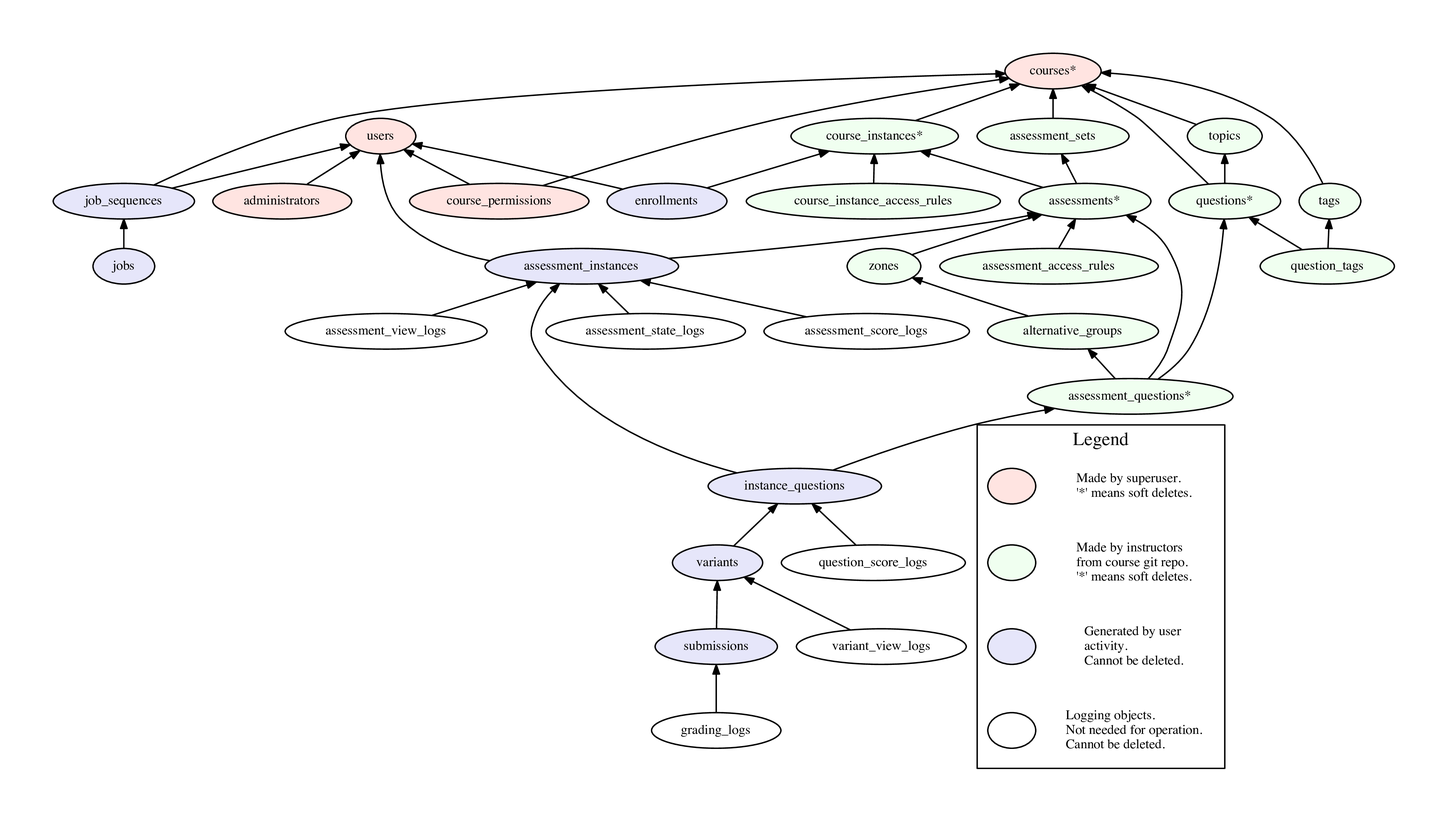
Before: doc/models.png, a diagram exported from Graphviz (PrairieLearn/PrairieLearn). Its source is kept beside it as doc/models.gv.
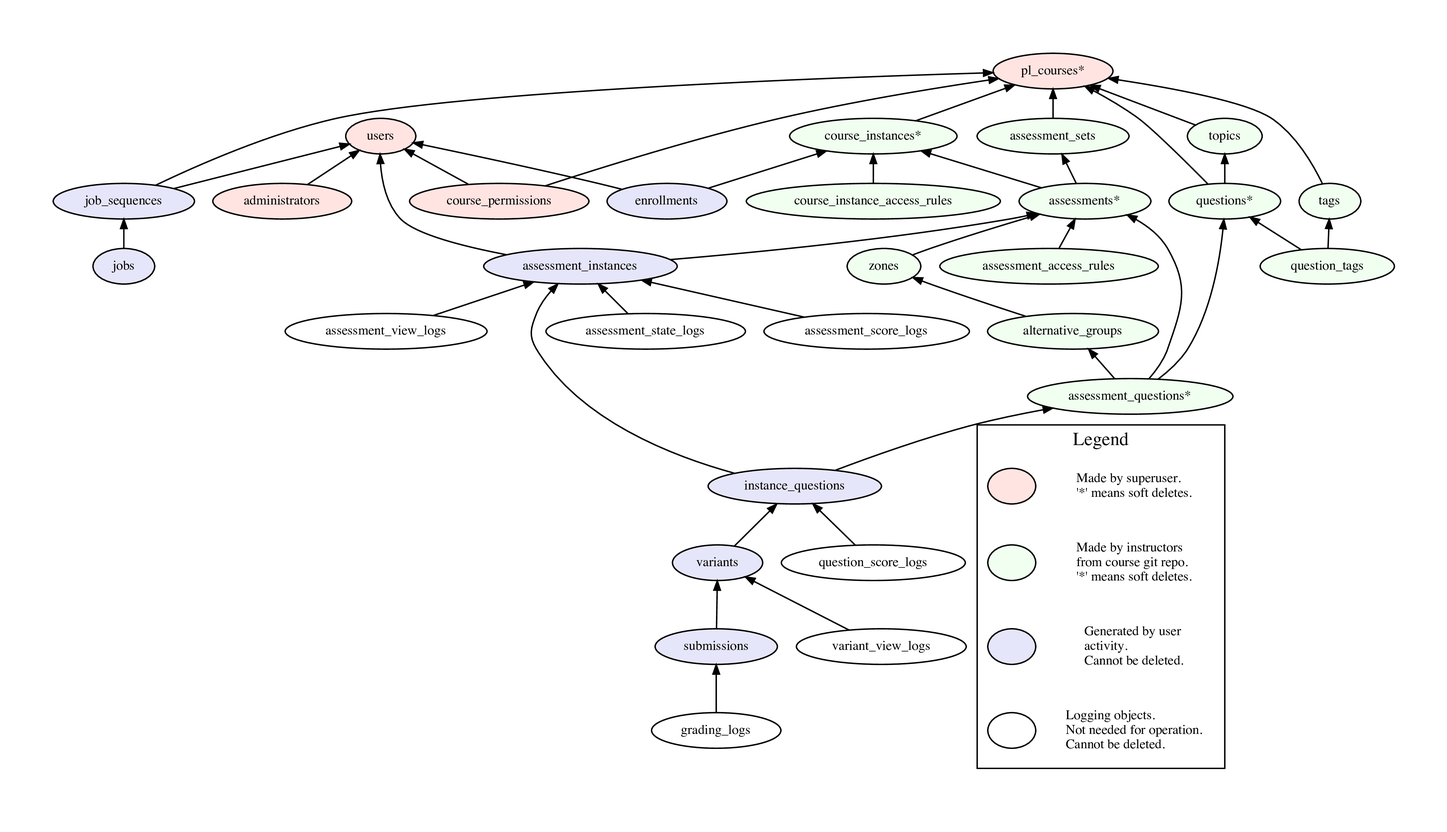
Later version of the same file.

Commit message:
link courses and pl_courses; rewrite authz_assessment()

Change to the diagram source:
```diff
@@ -7,7 +7,7 @@
 
     users [style=filled, fillcolor=mistyrose1]
     administrators [style=filled, fillcolor=mistyrose1]
-    courses [label="courses*", style=filled, fillcolor=mistyrose1]
+    pl_courses [label="pl_courses*", style=filled, fillcolor=mistyrose1]
     course_permissions [style=filled, fillcolor=mistyrose1]
 
     course_instances [label="course_instances*", style=filled, fillcolor=honeydew1]
@@ -39,18 +39,18 @@
     assessment_view_logs [style=filled, fillcolor=white]
 
     administrators -> { users }
-    course_permissions -> { users; courses }
+    course_permissions -> { users; pl_courses }
 
     assessment_access_rules -> { assessments }
-    course_instances -> { courses }
+    course_instances -> { pl_courses }
     course_instance_access_rules -> { course_instances }
-    questions -> { courses; topics }
+    questions -> { pl_courses; topics }
     question_tags -> { questions; tags }
-    tags -> { courses }
+    tags -> { pl_courses }
     assessments -> { course_instances; assessment_sets }
     assessment_questions -> { assessments; alternative_groups; questions }
-    assessment_sets -> { courses }
-    topics -> { courses }
+    assessment_sets -> { pl_courses }
+    topics -> { pl_courses }
     zones -> { assessments }
     alternative_groups -> { zones }
 
@@ -59,7 +59,7 @@
     instance_questions -> { assessment_questions; assessment_instances }
     variants -> { instance_questions }
     submissions -> { variants }
-    job_sequences -> { courses; users }
+    job_sequences -> { pl_courses; users }
     jobs -> { job_sequences }
 
     assessment_state_logs -> { assessment_instances }
```
